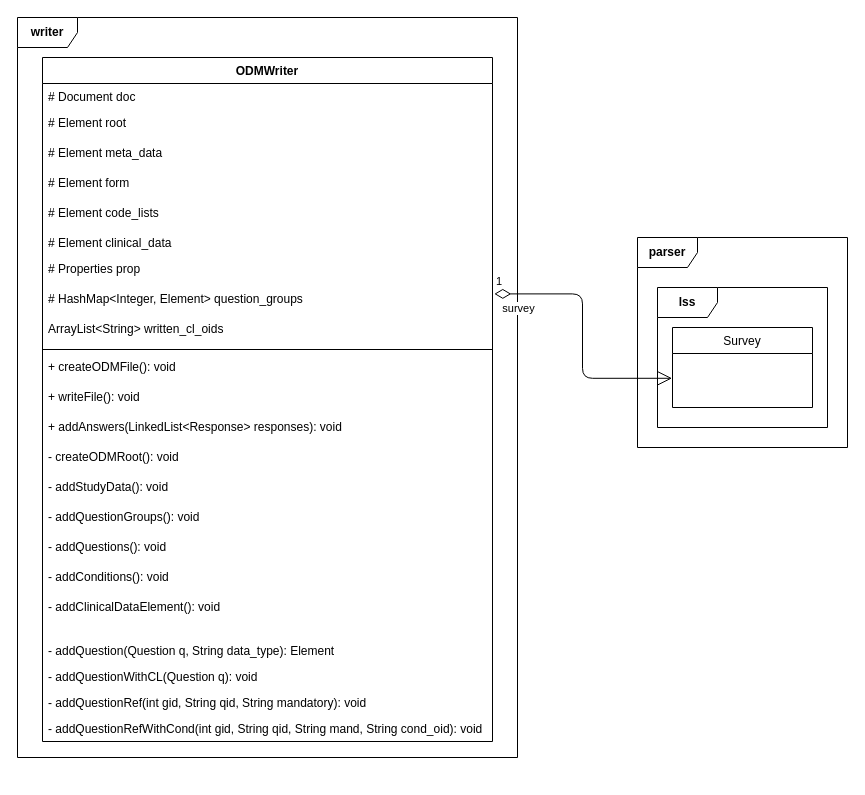
The draw.io diagram img/drawio/cls_writer.drawio in Delzye/bachelors_thesis_anton_mende, before the edit. Source tidied: cells renumbered, new cells numbered last; positions are measured from the earlier drawing's top-left corner, leaving out a move shared by most shapes. Both pictures are drawn from the tidied source at 100%, with x=0, y=0 at pixel (17, 17).
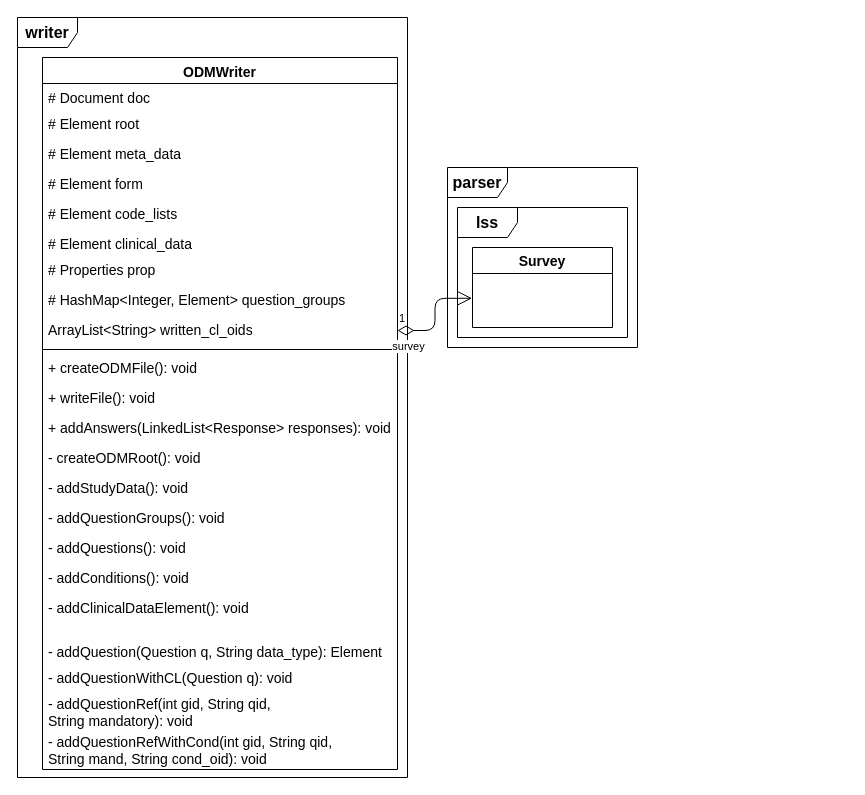
The same page after the edit.

The change refers to these unchanged cells:
```xml
<mxCell id="31" style="text;strokeColor=none;fillColor=none;align=left;verticalAlign=middle;spacingTop=-1;spacingLeft=4;spacingRight=4;labelPosition=right;points=[];portConstraint=eastwest;" parent="30" vertex="1">
  <mxGeometry y="26" width="140" height="54" as="geometry" />
</mxCell>
```

What changed in the source:
```diff
@@
-    <mxCell id="2" value="&lt;b&gt;writer&lt;/b&gt;" style="shape=umlFrame;whiteSpace=wrap;html=1;" parent="1" vertex="1">
-      <mxGeometry width="500" height="740" as="geometry" />
+    <mxCell id="2" value="&lt;b&gt;&lt;font style=&quot;font-size: 16px&quot;&gt;writer&lt;/font&gt;&lt;/b&gt;" style="shape=umlFrame;whiteSpace=wrap;html=1;" parent="1" vertex="1">
+      <mxGeometry width="390" height="760" as="geometry" />
     </mxCell>
-    <mxCell id="3" value="ODMWriter" style="swimlane;fontStyle=1;align=center;verticalAlign=top;horizontal=1;startSize=26;" parent="1" vertex="1">
-      <mxGeometry x="25" y="40" width="450" height="684" as="geometry" />
+    <mxCell id="3" value="ODMWriter" style="swimlane;fontStyle=1;align=center;verticalAlign=top;horizontal=1;startSize=26;fontSize=14;" parent="1" vertex="1">
+      <mxGeometry x="25" y="40" width="355" height="712" as="geometry" />
     </mxCell>
-    <mxCell id="4" value="# Document doc" style="text;strokeColor=none;fillColor=none;align=left;verticalAlign=top;spacingLeft=4;spacingRight=4;overflow=hidden;" parent="3" vertex="1">
-      <mxGeometry y="26" width="450" height="26" as="geometry" />
+    <mxCell id="4" value="# Document doc" style="text;strokeColor=none;fillColor=none;align=left;verticalAlign=top;spacingLeft=4;spacingRight=4;overflow=hidden;fontSize=14;" parent="3" vertex="1">
+      <mxGeometry y="26" width="355" height="26" as="geometry" />
     </mxCell>
-    <mxCell id="5" value="# Element root" style="text;strokeColor=none;fillColor=none;align=left;verticalAlign=top;spacingLeft=4;spacingRight=4;overflow=hidden;" parent="3" vertex="1">
-      <mxGeometry y="52" width="450" height="30" as="geometry" />
+    <mxCell id="5" value="# Element root" style="text;strokeColor=none;fillColor=none;align=left;verticalAlign=top;spacingLeft=4;spacingRight=4;overflow=hidden;fontSize=14;" parent="3" vertex="1">
+      <mxGeometry y="52" width="355" height="30" as="geometry" />
     </mxCell>
-    <mxCell id="6" value="# Element meta_data" style="text;strokeColor=none;fillColor=none;align=left;verticalAlign=top;spacingLeft=4;spacingRight=4;overflow=hidden;" parent="3" vertex="1">
-      <mxGeometry y="82" width="450" height="30" as="geometry" />
+    <mxCell id="6" value="# Element meta_data" style="text;strokeColor=none;fillColor=none;align=left;verticalAlign=top;spacingLeft=4;spacingRight=4;overflow=hidden;fontSize=14;" parent="3" vertex="1">
+      <mxGeometry y="82" width="355" height="30" as="geometry" />
     </mxCell>
-    <mxCell id="7" value="# Element form" style="text;strokeColor=none;fillColor=none;align=left;verticalAlign=top;spacingLeft=4;spacingRight=4;overflow=hidden;" parent="3" vertex="1">
-      <mxGeometry y="112" width="450" height="30" as="geometry" />
+    <mxCell id="7" value="# Element form" style="text;strokeColor=none;fillColor=none;align=left;verticalAlign=top;spacingLeft=4;spacingRight=4;overflow=hidden;fontSize=14;" parent="3" vertex="1">
+      <mxGeometry y="112" width="355" height="30" as="geometry" />
     </mxCell>
-    <mxCell id="8" value="# Element code_lists" style="text;strokeColor=none;fillColor=none;align=left;verticalAlign=top;spacingLeft=4;spacingRight=4;overflow=hidden;" parent="3" vertex="1">
-      <mxGeometry y="142" width="450" height="30" as="geometry" />
+    <mxCell id="8" value="# Element code_lists" style="text;strokeColor=none;fillColor=none;align=left;verticalAlign=top;spacingLeft=4;spacingRight=4;overflow=hidden;fontSize=14;" parent="3" vertex="1">
+      <mxGeometry y="142" width="355" height="30" as="geometry" />
     </mxCell>
-    <mxCell id="9" value="# Element clinical_data" style="text;strokeColor=none;fillColor=none;align=left;verticalAlign=top;spacingLeft=4;spacingRight=4;overflow=hidden;" parent="3" vertex="1">
-      <mxGeometry y="172" width="450" height="26" as="geometry" />
+    <mxCell id="9" value="# Element clinical_data" style="text;strokeColor=none;fillColor=none;align=left;verticalAlign=top;spacingLeft=4;spacingRight=4;overflow=hidden;fontSize=14;" parent="3" vertex="1">
+      <mxGeometry y="172" width="355" height="26" as="geometry" />
     </mxCell>
-    <mxCell id="10" value="# Properties prop" style="text;strokeColor=none;fillColor=none;align=left;verticalAlign=top;spacingLeft=4;spacingRight=4;overflow=hidden;" parent="3" vertex="1">
-      <mxGeometry y="198" width="450" height="30" as="geometry" />
+    <mxCell id="10" value="# Properties prop" style="text;strokeColor=none;fillColor=none;align=left;verticalAlign=top;spacingLeft=4;spacingRight=4;overflow=hidden;fontSize=14;" parent="3" vertex="1">
+      <mxGeometry y="198" width="355" height="30" as="geometry" />
     </mxCell>
-    <mxCell id="11" value="# HashMap&lt;Integer, Element&gt; question_groups" style="text;strokeColor=none;fillColor=none;align=left;verticalAlign=top;spacingLeft=4;spacingRight=4;overflow=hidden;points=[[0,0.5],[1,0.5]];portConstraint=eastwest;" parent="3" vertex="1">
-      <mxGeometry y="228" width="450" height="30" as="geometry" />
+    <mxCell id="11" value="# HashMap&lt;Integer, Element&gt; question_groups" style="text;strokeColor=none;fillColor=none;align=left;verticalAlign=top;spacingLeft=4;spacingRight=4;overflow=hidden;points=[[0,0.5],[1,0.5]];portConstraint=eastwest;fontSize=14;" parent="3" vertex="1">
+      <mxGeometry y="228" width="355" height="30" as="geometry" />
     </mxCell>
-    <mxCell id="12" value="ArrayList&lt;String&gt; written_cl_oids" style="text;strokeColor=none;fillColor=none;align=left;verticalAlign=top;spacingLeft=4;spacingRight=4;overflow=hidden;points=[[0,0.5],[1,0.5]];portConstraint=eastwest;" parent="3" vertex="1">
-      <mxGeometry y="258" width="450" height="30" as="geometry" />
+    <mxCell id="12" value="ArrayList&lt;String&gt; written_cl_oids" style="text;strokeColor=none;fillColor=none;align=left;verticalAlign=top;spacingLeft=4;spacingRight=4;overflow=hidden;points=[[0,0.5],[1,0.5]];portConstraint=eastwest;fontSize=14;" parent="3" vertex="1">
+      <mxGeometry y="258" width="355" height="30" as="geometry" />
     </mxCell>
     <mxCell id="13" style="line;strokeWidth=1;fillColor=none;align=left;verticalAlign=middle;spacingTop=-1;spacingLeft=3;spacingRight=3;labelPosition=right;" parent="3" vertex="1">
-      <mxGeometry y="288" width="450" height="8" as="geometry" />
+      <mxGeometry y="288" width="355" height="8" as="geometry" />
     </mxCell>
-    <mxCell id="14" value="+ createODMFile(): void" style="text;strokeColor=none;fillColor=none;align=left;verticalAlign=top;spacingLeft=4;spacingRight=4;overflow=hidden;" parent="3" vertex="1">
-      <mxGeometry y="296" width="450" height="30" as="geometry" />
+    <mxCell id="14" value="+ createODMFile(): void" style="text;strokeColor=none;fillColor=none;align=left;verticalAlign=top;spacingLeft=4;spacingRight=4;overflow=hidden;fontSize=14;" parent="3" vertex="1">
+      <mxGeometry y="296" width="355" height="30" as="geometry" />
     </mxCell>
-    <mxCell id="15" value="+ writeFile(): void" style="text;strokeColor=none;fillColor=none;align=left;verticalAlign=top;spacingLeft=4;spacingRight=4;overflow=hidden;" parent="3" vertex="1">
-      <mxGeometry y="326" width="450" height="30" as="geometry" />
+    <mxCell id="15" value="+ writeFile(): void" style="text;strokeColor=none;fillColor=none;align=left;verticalAlign=top;spacingLeft=4;spacingRight=4;overflow=hidden;fontSize=14;" parent="3" vertex="1">
+      <mxGeometry y="326" width="355" height="30" as="geometry" />
     </mxCell>
-    <mxCell id="16" value="+ addAnswers(LinkedList&lt;Response&gt; responses): void" style="text;strokeColor=none;fillColor=none;align=left;verticalAlign=top;spacingLeft=4;spacingRight=4;overflow=hidden;" parent="3" vertex="1">
-      <mxGeometry y="356" width="450" height="30" as="geometry" />
+    <mxCell id="16" value="+ addAnswers(LinkedList&lt;Response&gt; responses): void" style="text;strokeColor=none;fillColor=none;align=left;verticalAlign=top;spacingLeft=4;spacingRight=4;overflow=hidden;fontSize=14;" parent="3" vertex="1">
+      <mxGeometry y="356" width="355" height="30" as="geometry" />
     </mxCell>
-    <mxCell id="17" value="- createODMRoot(): void" style="text;strokeColor=none;fillColor=none;align=left;verticalAlign=top;spacingLeft=4;spacingRight=4;overflow=hidden;" parent="3" vertex="1">
-      <mxGeometry y="386" width="450" height="30" as="geometry" />
+    <mxCell id="17" value="- createODMRoot(): void" style="text;strokeColor=none;fillColor=none;align=left;verticalAlign=top;spacingLeft=4;spacingRight=4;overflow=hidden;fontSize=14;" parent="3" vertex="1">
+      <mxGeometry y="386" width="355" height="30" as="geometry" />
     </mxCell>
-    <mxCell id="18" value="- addStudyData(): void" style="text;strokeColor=none;fillColor=none;align=left;verticalAlign=top;spacingLeft=4;spacingRight=4;overflow=hidden;" parent="3" vertex="1">
-      <mxGeometry y="416" width="450" height="30" as="geometry" />
+    <mxCell id="18" value="- addStudyData(): void" style="text;strokeColor=none;fillColor=none;align=left;verticalAlign=top;spacingLeft=4;spacingRight=4;overflow=hidden;fontSize=14;" parent="3" vertex="1">
+      <mxGeometry y="416" width="355" height="30" as="geometry" />
     </mxCell>
-    <mxCell id="19" value="- addQuestionGroups(): void" style="text;strokeColor=none;fillColor=none;align=left;verticalAlign=top;spacingLeft=4;spacingRight=4;overflow=hidden;" parent="3" vertex="1">
-      <mxGeometry y="446" width="450" height="30" as="geometry" />
+    <mxCell id="19" value="- addQuestionGroups(): void" style="text;strokeColor=none;fillColor=none;align=left;verticalAlign=top;spacingLeft=4;spacingRight=4;overflow=hidden;fontSize=14;" parent="3" vertex="1">
+      <mxGeometry y="446" width="355" height="30" as="geometry" />
     </mxCell>
-    <mxCell id="20" value="- addQuestions(): void" style="text;strokeColor=none;fillColor=none;align=left;verticalAlign=top;spacingLeft=4;spacingRight=4;overflow=hidden;" parent="3" vertex="1">
-      <mxGeometry y="476" width="450" height="30" as="geometry" />
+    <mxCell id="20" value="- addQuestions(): void" style="text;strokeColor=none;fillColor=none;align=left;verticalAlign=top;spacingLeft=4;spacingRight=4;overflow=hidden;fontSize=14;" parent="3" vertex="1">
+      <mxGeometry y="476" width="355" height="30" as="geometry" />
     </mxCell>
-    <mxCell id="21" value="- addConditions(): void" style="text;strokeColor=none;fillColor=none;align=left;verticalAlign=top;spacingLeft=4;spacingRight=4;overflow=hidden;" parent="3" vertex="1">
-      <mxGeometry y="506" width="450" height="30" as="geometry" />
+    <mxCell id="21" value="- addConditions(): void" style="text;strokeColor=none;fillColor=none;align=left;verticalAlign=top;spacingLeft=4;spacingRight=4;overflow=hidden;fontSize=14;" parent="3" vertex="1">
+      <mxGeometry y="506" width="355" height="30" as="geometry" />
     </mxCell>
-    <mxCell id="22" value="- addClinicalDataElement(): void" style="text;strokeColor=none;fillColor=none;align=left;verticalAlign=top;spacingLeft=4;spacingRight=4;overflow=hidden;" parent="3" vertex="1">
-      <mxGeometry y="536" width="450" height="30" as="geometry" />
+    <mxCell id="22" value="- addClinicalDataElement(): void" style="text;strokeColor=none;fillColor=none;align=left;verticalAlign=top;spacingLeft=4;spacingRight=4;overflow=hidden;fontSize=14;" parent="3" vertex="1">
+      <mxGeometry y="536" width="355" height="30" as="geometry" />
     </mxCell>
     <mxCell id="23" style="text;strokeColor=none;fillColor=none;align=left;verticalAlign=middle;spacingTop=-1;spacingLeft=4;spacingRight=4;labelPosition=right;" parent="3" vertex="1">
-      <mxGeometry y="566" width="450" height="14" as="geometry" />
+      <mxGeometry y="566" width="355" height="14" as="geometry" />
     </mxCell>
-    <mxCell id="24" value="- addQuestion(Question q, String data_type): Element" style="text;strokeColor=none;fillColor=none;align=left;verticalAlign=top;spacingLeft=4;spacingRight=4;overflow=hidden;" parent="3" vertex="1">
-      <mxGeometry y="580" width="450" height="26" as="geometry" />
+    <mxCell id="24" value="- addQuestion(Question q, String data_type): Element" style="text;strokeColor=none;fillColor=none;align=left;verticalAlign=top;spacingLeft=4;spacingRight=4;overflow=hidden;fontSize=14;" parent="3" vertex="1">
+      <mxGeometry y="580" width="355" height="26" as="geometry" />
     </mxCell>
-    <mxCell id="25" value="- addQuestionWithCL(Question q): void" style="text;strokeColor=none;fillColor=none;align=left;verticalAlign=top;spacingLeft=4;spacingRight=4;overflow=hidden;" parent="3" vertex="1">
-      <mxGeometry y="606" width="450" height="26" as="geometry" />
+    <mxCell id="25" value="- addQuestionWithCL(Question q): void" style="text;strokeColor=none;fillColor=none;align=left;verticalAlign=top;spacingLeft=4;spacingRight=4;overflow=hidden;fontSize=14;" parent="3" vertex="1">
+      <mxGeometry y="606" width="355" height="26" as="geometry" />
     </mxCell>
-    <mxCell id="26" value="- addQuestionRef(int gid, String qid, String mandatory): void" style="text;strokeColor=none;fillColor=none;align=left;verticalAlign=top;spacingLeft=4;spacingRight=4;overflow=hidden;" parent="3" vertex="1">
-      <mxGeometry y="632" width="450" height="26" as="geometry" />
+    <mxCell id="26" value="- addQuestionRef(int gid, String qid,&#10;String mandatory): void" style="text;strokeColor=none;fillColor=none;align=left;verticalAlign=top;spacingLeft=4;spacingRight=4;overflow=hidden;fontSize=14;" parent="3" vertex="1">
+      <mxGeometry y="632" width="355" height="38" as="geometry" />
     </mxCell>
-    <mxCell id="27" value="- addQuestionRefWithCond(int gid, String qid, String mand, String cond_oid): void&#10;" style="text;strokeColor=none;fillColor=none;align=left;verticalAlign=top;spacingLeft=4;spacingRight=4;overflow=hidden;" parent="3" vertex="1">
-      <mxGeometry y="658" width="450" height="26" as="geometry" />
+    <mxCell id="27" value="- addQuestionRefWithCond(int gid, String qid,&#10;String mand, String cond_oid): void&#10;" style="text;strokeColor=none;fillColor=none;align=left;verticalAlign=top;spacingLeft=4;spacingRight=4;overflow=hidden;fontSize=14;" parent="3" vertex="1">
+      <mxGeometry y="670" width="355" height="42" as="geometry" />
     </mxCell>
-    <mxCell id="28" value="&lt;b&gt;parser&lt;/b&gt;" style="shape=umlFrame;whiteSpace=wrap;html=1;" parent="1" vertex="1">
-      <mxGeometry x="620" y="220" width="210" height="210" as="geometry" />
+    <mxCell id="28" value="&lt;b&gt;&lt;font style=&quot;font-size: 16px&quot;&gt;parser&lt;/font&gt;&lt;/b&gt;" style="shape=umlFrame;whiteSpace=wrap;html=1;" parent="1" vertex="1">
+      <mxGeometry x="430" y="150" width="190" height="180" as="geometry" />
     </mxCell>
-    <mxCell id="29" value="&lt;b&gt;lss&lt;/b&gt;" style="shape=umlFrame;whiteSpace=wrap;html=1;" parent="1" vertex="1">
-      <mxGeometry x="640" y="270" width="170" height="140" as="geometry" />
+    <mxCell id="29" value="&lt;b&gt;&lt;font style=&quot;font-size: 16px&quot;&gt;lss&lt;/font&gt;&lt;/b&gt;" style="shape=umlFrame;whiteSpace=wrap;html=1;" parent="1" vertex="1">
+      <mxGeometry x="440" y="190" width="170" height="130" as="geometry" />
     </mxCell>
-    <mxCell id="30" value="Survey" style="swimlane;fontStyle=0;horizontal=1;startSize=26;fillColor=none;" parent="1" vertex="1">
-      <mxGeometry x="655" y="310" width="140" height="80" as="geometry" />
+    <mxCell id="30" value="Survey" style="swimlane;fontStyle=1;horizontal=1;startSize=26;fillColor=none;fontSize=14;" parent="1" vertex="1">
+      <mxGeometry x="455" y="230" width="140" height="80" as="geometry" />
     </mxCell>
@@
-    <mxCell id="32" value="1" style="endArrow=open;html=1;endSize=12;startArrow=diamondThin;startSize=14;startFill=0;edgeStyle=orthogonalEdgeStyle;align=left;verticalAlign=bottom;entryX=-0.003;entryY=0.459;entryDx=0;entryDy=0;entryPerimeter=0;exitX=1.004;exitY=0.28;exitDx=0;exitDy=0;exitPerimeter=0;" parent="1" edge="1" source="11" target="31">
+    <mxCell id="32" value="1" style="endArrow=open;html=1;endSize=12;startArrow=diamondThin;startSize=14;startFill=0;edgeStyle=orthogonalEdgeStyle;align=left;verticalAlign=bottom;entryX=-0.003;entryY=0.459;entryDx=0;entryDy=0;entryPerimeter=0;" parent="1" edge="1" source="12" target="31">
       <mxGeometry x="-1" y="3" relative="1" as="geometry" />
     </mxCell>
     <mxCell id="33" value="survey" style="edgeLabel;html=1;align=center;verticalAlign=middle;" parent="32" vertex="1">
       <mxGeometry x="-0.46" y="-1" relative="1" as="geometry">
-        <mxPoint x="-47" y="13" as="offset" />
+        <mxPoint x="-19" y="14" as="offset" />
       </mxGeometry>
     </mxCell>
```
